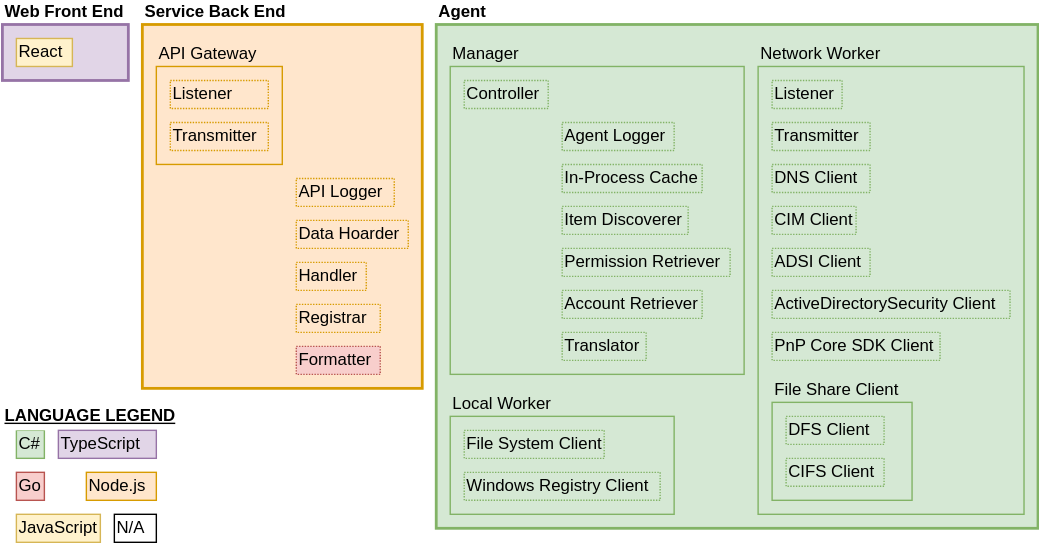
This is docs/online/Export-Permission/static/img/FunctionalBlockDiagram_v3.svg from IMJLA/Export-Permission, a draw.io export, as it was before one commit. Source tidied: cells renumbered, new cells last; positions are measured from the earlier drawing's top-left corner, leaving out a move shared by most shapes.
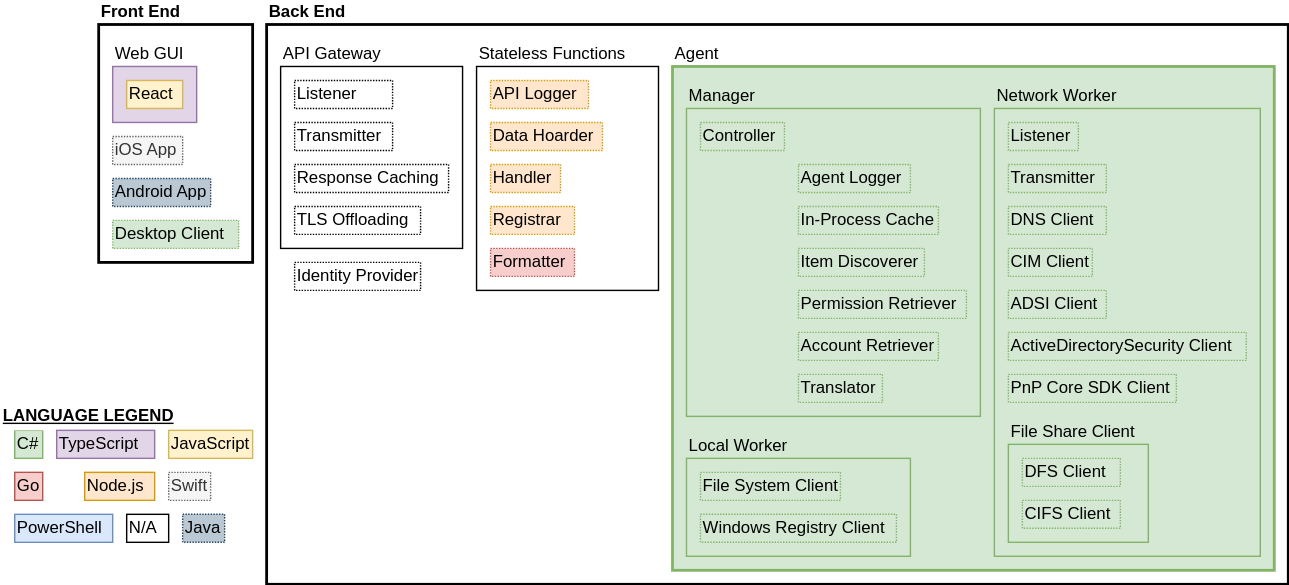
The same file after the commit.

Change to the diagram source:
```diff
@@ -2,24 +2,96 @@
   <root>
     <mxCell id="0" />
     <mxCell id="1" parent="0" />
-    <mxCell id="2" value="Agent" style="rounded=0;whiteSpace=wrap;html=1;align=left;labelPosition=center;verticalLabelPosition=top;verticalAlign=bottom;strokeWidth=2;fontStyle=1;fillColor=#d5e8d4;strokeColor=#82b366;" parent="1" vertex="1">
-      <mxGeometry x="310" width="430" height="360" as="geometry" />
-    </mxCell>
-    <mxCell id="3" value="Service Back End" style="rounded=0;whiteSpace=wrap;html=1;align=left;labelPosition=center;verticalLabelPosition=top;verticalAlign=bottom;strokeWidth=2;fontStyle=1;fillColor=#ffe6cc;strokeColor=#d79b00;" parent="1" vertex="1">
-      <mxGeometry x="100" width="200" height="260" as="geometry" />
-    </mxCell>
+    <mxCell id="43" value="Front End" style="rounded=0;whiteSpace=wrap;html=1;align=left;labelPosition=center;verticalLabelPosition=top;verticalAlign=bottom;strokeWidth=2;fontStyle=1;" parent="1" vertex="1">
+      <mxGeometry x="-100" y="-30" width="110" height="170" as="geometry" />
+    </mxCell>
+    <mxCell id="44" value="Back End" style="rounded=0;whiteSpace=wrap;html=1;align=left;labelPosition=center;verticalLabelPosition=top;verticalAlign=bottom;strokeWidth=2;fontStyle=1;" parent="1" vertex="1">
+      <mxGeometry x="20" y="-30" width="730" height="400" as="geometry" />
+    </mxCell>
+    <mxCell id="45" value="Web GUI" style="rounded=0;whiteSpace=wrap;html=1;align=left;labelPosition=center;verticalLabelPosition=top;verticalAlign=bottom;strokeWidth=1;fontStyle=0;fillColor=#e1d5e7;strokeColor=#9673a6;" parent="1" vertex="1">
+      <mxGeometry x="-90" width="60" height="40" as="geometry" />
+    </mxCell>
+    <mxCell id="29" value="Node.js" style="rounded=0;whiteSpace=wrap;html=1;align=left;fillColor=#ffe6cc;strokeColor=#d79b00;" parent="1" vertex="1">
+      <mxGeometry x="-110" y="290" width="50" height="20" as="geometry" />
+    </mxCell>
+    <mxCell id="30" value="Go" style="rounded=0;whiteSpace=wrap;html=1;align=left;fillColor=#f8cecc;strokeColor=#b85450;" parent="1" vertex="1">
+      <mxGeometry x="-160" y="290" width="20" height="20" as="geometry" />
+    </mxCell>
+    <mxCell id="31" value="C#" style="rounded=0;whiteSpace=wrap;html=1;align=left;fillColor=#d5e8d4;strokeColor=#82b366;" parent="1" vertex="1">
+      <mxGeometry x="-160" y="260" width="20" height="20" as="geometry" />
+    </mxCell>
+    <mxCell id="32" value="N/A" style="rounded=0;whiteSpace=wrap;html=1;align=left;" parent="1" vertex="1">
+      <mxGeometry x="-80" y="320" width="30" height="20" as="geometry" />
+    </mxCell>
+    <mxCell id="33" value="LANGUAGE LEGEND" style="rounded=0;whiteSpace=wrap;html=1;align=left;fontStyle=5;strokeColor=none;" parent="1" vertex="1">
+      <mxGeometry x="-170" y="240" width="130" height="20" as="geometry" />
+    </mxCell>
+    <mxCell id="34" value="TypeScript" style="rounded=0;whiteSpace=wrap;html=1;align=left;fillColor=#e1d5e7;strokeColor=#9673a6;" parent="1" vertex="1">
+      <mxGeometry x="-130" y="260" width="70" height="20" as="geometry" />
+    </mxCell>
+    <mxCell id="35" value="React" style="rounded=0;whiteSpace=wrap;html=1;align=left;fillColor=#fff2cc;strokeColor=#d6b656;" parent="1" vertex="1">
+      <mxGeometry x="-80" y="10" width="40" height="20" as="geometry" />
+    </mxCell>
+    <mxCell id="36" value="API Gateway" style="rounded=0;whiteSpace=wrap;html=1;align=left;labelPosition=center;verticalLabelPosition=top;verticalAlign=bottom;" parent="1" vertex="1">
+      <mxGeometry x="30" width="130" height="130" as="geometry" />
+    </mxCell>
+    <mxCell id="37" value="Transmitter" style="rounded=0;whiteSpace=wrap;html=1;align=left;dashed=1;dashPattern=1 1;" parent="1" vertex="1">
+      <mxGeometry x="40" y="40" width="70" height="20" as="geometry" />
+    </mxCell>
+    <mxCell id="38" value="Listener" style="rounded=0;whiteSpace=wrap;html=1;align=left;dashed=1;dashPattern=1 1;" parent="1" vertex="1">
+      <mxGeometry x="40" y="10" width="70" height="20" as="geometry" />
+    </mxCell>
+    <mxCell id="46" value="PowerShell" style="rounded=0;whiteSpace=wrap;html=1;align=left;fillColor=#dae8fc;strokeColor=#6c8ebf;" parent="1" vertex="1">
+      <mxGeometry x="-160" y="320" width="70" height="20" as="geometry" />
+    </mxCell>
+    <mxCell id="42" value="JavaScript" style="rounded=0;whiteSpace=wrap;html=1;align=left;fillColor=#fff2cc;strokeColor=#d6b656;" parent="1" vertex="1">
+      <mxGeometry x="-50" y="260" width="60" height="20" as="geometry" />
+    </mxCell>
+    <mxCell id="47" value="iOS App" style="rounded=0;whiteSpace=wrap;html=1;align=left;dashed=1;dashPattern=1 1;fillColor=#f5f5f5;strokeColor=#666666;fontColor=#333333;" parent="1" vertex="1">
+      <mxGeometry x="-90" y="50" width="50" height="20" as="geometry" />
+    </mxCell>
+    <mxCell id="48" value="Swift" style="rounded=0;whiteSpace=wrap;html=1;align=left;dashed=1;dashPattern=1 1;fillColor=#f5f5f5;strokeColor=#666666;fontColor=#333333;" parent="1" vertex="1">
+      <mxGeometry x="-50" y="290" width="30" height="20" as="geometry" />
+    </mxCell>
+    <mxCell id="49" value="Java" style="rounded=0;whiteSpace=wrap;html=1;align=left;dashed=1;dashPattern=1 1;fillColor=#bac8d3;strokeColor=#23445d;" parent="1" vertex="1">
+      <mxGeometry x="-40" y="320" width="30" height="20" as="geometry" />
+    </mxCell>
+    <mxCell id="50" value="Android App" style="rounded=0;whiteSpace=wrap;html=1;align=left;dashed=1;dashPattern=1 1;fillColor=#bac8d3;strokeColor=#23445d;" parent="1" vertex="1">
+      <mxGeometry x="-90" y="80" width="70" height="20" as="geometry" />
+    </mxCell>
+    <mxCell id="51" value="Desktop Client" style="rounded=0;whiteSpace=wrap;html=1;align=left;dashed=1;dashPattern=1 1;fillColor=#d5e8d4;strokeColor=#82b366;" parent="1" vertex="1">
+      <mxGeometry x="-90" y="110" width="90" height="20" as="geometry" />
+    </mxCell>
+    <mxCell id="52" value="Identity Provider" style="rounded=0;whiteSpace=wrap;html=1;align=left;dashed=1;dashPattern=1 1;" parent="1" vertex="1">
+      <mxGeometry x="40" y="140" width="90" height="20" as="geometry" />
+    </mxCell>
+    <mxCell id="53" value="Response Caching" style="rounded=0;whiteSpace=wrap;html=1;align=left;dashed=1;dashPattern=1 1;" parent="1" vertex="1">
+      <mxGeometry x="40" y="70" width="110" height="20" as="geometry" />
+    </mxCell>
+    <mxCell id="54" value="TLS Offloading" style="rounded=0;whiteSpace=wrap;html=1;align=left;dashed=1;dashPattern=1 1;" parent="1" vertex="1">
+      <mxGeometry x="40" y="100" width="90" height="20" as="geometry" />
+    </mxCell>
+    <mxCell id="55" value="Stateless Functions" style="rounded=0;whiteSpace=wrap;html=1;align=left;labelPosition=center;verticalLabelPosition=top;verticalAlign=bottom;" parent="1" vertex="1">
+      <mxGeometry x="170" width="130" height="160" as="geometry" />
+    </mxCell>
     <mxCell id="4" value="Formatter" style="rounded=0;whiteSpace=wrap;html=1;align=left;dashed=1;dashPattern=1 1;fillColor=#f8cecc;strokeColor=#b85450;" parent="1" vertex="1">
-      <mxGeometry x="210" y="230" width="60" height="20" as="geometry" />
+      <mxGeometry x="180" y="130" width="60" height="20" as="geometry" />
     </mxCell>
     <mxCell id="5" value="API Logger" style="rounded=0;whiteSpace=wrap;html=1;align=left;dashed=1;dashPattern=1 1;fillColor=#ffe6cc;strokeColor=#d79b00;" parent="1" vertex="1">
-      <mxGeometry x="210" y="110" width="70" height="20" as="geometry" />
+      <mxGeometry x="180" y="10" width="70" height="20" as="geometry" />
     </mxCell>
     <mxCell id="6" value="Data Hoarder" style="rounded=0;whiteSpace=wrap;html=1;align=left;dashed=1;dashPattern=1 1;fillColor=#ffe6cc;strokeColor=#d79b00;" parent="1" vertex="1">
-      <mxGeometry x="210" y="140" width="80" height="20" as="geometry" />
+      <mxGeometry x="180" y="40" width="80" height="20" as="geometry" />
     </mxCell>
     <mxCell id="7" value="Handler" style="rounded=0;whiteSpace=wrap;html=1;align=left;dashed=1;dashPattern=1 1;fillColor=#ffe6cc;strokeColor=#d79b00;" parent="1" vertex="1">
-      <mxGeometry x="210" y="170" width="50" height="20" as="geometry" />
+      <mxGeometry x="180" y="70" width="50" height="20" as="geometry" />
     </mxCell>
+    <mxCell id="28" value="Registrar" style="rounded=0;whiteSpace=wrap;html=1;align=left;dashed=1;dashPattern=1 1;fillColor=#ffe6cc;strokeColor=#d79b00;" parent="1" vertex="1">
+      <mxGeometry x="180" y="100" width="60" height="20" as="geometry" />
+    </mxCell>
+    <mxCell id="2" value="Agent" style="rounded=0;whiteSpace=wrap;html=1;align=left;labelPosition=center;verticalLabelPosition=top;verticalAlign=bottom;strokeWidth=2;fontStyle=0;fillColor=#d5e8d4;strokeColor=#82b366;" parent="1" vertex="1">
+      <mxGeometry x="310" width="430" height="360" as="geometry" />
+    </mxCell>
     <mxCell id="8" value="Manager" style="rounded=0;whiteSpace=wrap;html=1;align=left;labelPosition=center;verticalLabelPosition=top;verticalAlign=bottom;strokeWidth=1;fillColor=#d5e8d4;strokeColor=#82b366;" parent="1" vertex="1">
       <mxGeometry x="320" y="30" width="210" height="220" as="geometry" />
     </mxCell>
@@ -77,42 +149,6 @@
     <mxCell id="26" value="Transmitter" style="rounded=0;whiteSpace=wrap;html=1;align=left;dashed=1;dashPattern=1 1;fillColor=#d5e8d4;strokeColor=#82b366;" parent="1" vertex="1">
       <mxGeometry x="550" y="70" width="70" height="20" as="geometry" />
     </mxCell>
-    <mxCell id="27" value="Web Front End" style="rounded=0;whiteSpace=wrap;html=1;align=left;labelPosition=center;verticalLabelPosition=top;verticalAlign=bottom;strokeWidth=2;fontStyle=1;fillColor=#e1d5e7;strokeColor=#9673a6;" parent="1" vertex="1">
-      <mxGeometry width="90" height="40" as="geometry" />
-    </mxCell>
-    <mxCell id="28" value="Registrar" style="rounded=0;whiteSpace=wrap;html=1;align=left;dashed=1;dashPattern=1 1;fillColor=#ffe6cc;strokeColor=#d79b00;" parent="1" vertex="1">
-      <mxGeometry x="210" y="200" width="60" height="20" as="geometry" />
-    </mxCell>
-    <mxCell id="29" value="Node.js" style="rounded=0;whiteSpace=wrap;html=1;align=left;fillColor=#ffe6cc;strokeColor=#d79b00;" parent="1" vertex="1">
-      <mxGeometry x="60" y="320" width="50" height="20" as="geometry" />
-    </mxCell>
-    <mxCell id="30" value="Go" style="rounded=0;whiteSpace=wrap;html=1;align=left;fillColor=#f8cecc;strokeColor=#b85450;" parent="1" vertex="1">
-      <mxGeometry x="10" y="320" width="20" height="20" as="geometry" />
-    </mxCell>
-    <mxCell id="31" value="C#" style="rounded=0;whiteSpace=wrap;html=1;align=left;fillColor=#d5e8d4;strokeColor=#82b366;" parent="1" vertex="1">
-      <mxGeometry x="10" y="290" width="20" height="20" as="geometry" />
-    </mxCell>
-    <mxCell id="32" value="N/A" style="rounded=0;whiteSpace=wrap;html=1;align=left;" parent="1" vertex="1">
-      <mxGeometry x="80" y="350" width="30" height="20" as="geometry" />
-    </mxCell>
-    <mxCell id="33" value="LANGUAGE LEGEND" style="rounded=0;whiteSpace=wrap;html=1;align=left;fontStyle=5;strokeColor=none;" parent="1" vertex="1">
-      <mxGeometry y="270" width="130" height="20" as="geometry" />
-    </mxCell>
-    <mxCell id="34" value="TypeScript" style="rounded=0;whiteSpace=wrap;html=1;align=left;fillColor=#e1d5e7;strokeColor=#9673a6;" parent="1" vertex="1">
-      <mxGeometry x="40" y="290" width="70" height="20" as="geometry" />
-    </mxCell>
-    <mxCell id="35" value="React" style="rounded=0;whiteSpace=wrap;html=1;align=left;fillColor=#fff2cc;strokeColor=#d6b656;" parent="1" vertex="1">
-      <mxGeometry x="10" y="10" width="40" height="20" as="geometry" />
-    </mxCell>
-    <mxCell id="36" value="API Gateway" style="rounded=0;whiteSpace=wrap;html=1;align=left;labelPosition=center;verticalLabelPosition=top;verticalAlign=bottom;fillColor=#ffe6cc;strokeColor=#d79b00;" parent="1" vertex="1">
-      <mxGeometry x="110" y="30" width="90" height="70" as="geometry" />
-    </mxCell>
-    <mxCell id="37" value="Transmitter" style="rounded=0;whiteSpace=wrap;html=1;align=left;dashed=1;dashPattern=1 1;fillColor=#ffe6cc;strokeColor=#d79b00;" parent="1" vertex="1">
-      <mxGeometry x="120" y="70" width="70" height="20" as="geometry" />
-    </mxCell>
-    <mxCell id="38" value="Listener" style="rounded=0;whiteSpace=wrap;html=1;align=left;dashed=1;dashPattern=1 1;fillColor=#ffe6cc;strokeColor=#d79b00;" parent="1" vertex="1">
-      <mxGeometry x="120" y="40" width="70" height="20" as="geometry" />
-    </mxCell>
     <mxCell id="39" value="File Share Client" style="rounded=0;whiteSpace=wrap;html=1;align=left;labelPosition=center;verticalLabelPosition=top;verticalAlign=bottom;fillColor=#d5e8d4;strokeColor=#82b366;" parent="1" vertex="1">
       <mxGeometry x="550" y="270" width="100" height="70" as="geometry" />
     </mxCell>
@@ -122,8 +158,5 @@
     <mxCell id="41" value="DFS Client" style="rounded=0;whiteSpace=wrap;html=1;align=left;dashed=1;dashPattern=1 1;fillColor=#d5e8d4;strokeColor=#82b366;" parent="1" vertex="1">
       <mxGeometry x="560" y="280" width="70" height="20" as="geometry" />
     </mxCell>
-    <mxCell id="42" value="JavaScript" style="rounded=0;whiteSpace=wrap;html=1;align=left;fillColor=#fff2cc;strokeColor=#d6b656;" parent="1" vertex="1">
-      <mxGeometry x="10" y="350" width="60" height="20" as="geometry" />
-    </mxCell>
   </root>
 </mxGraphModel>
```
